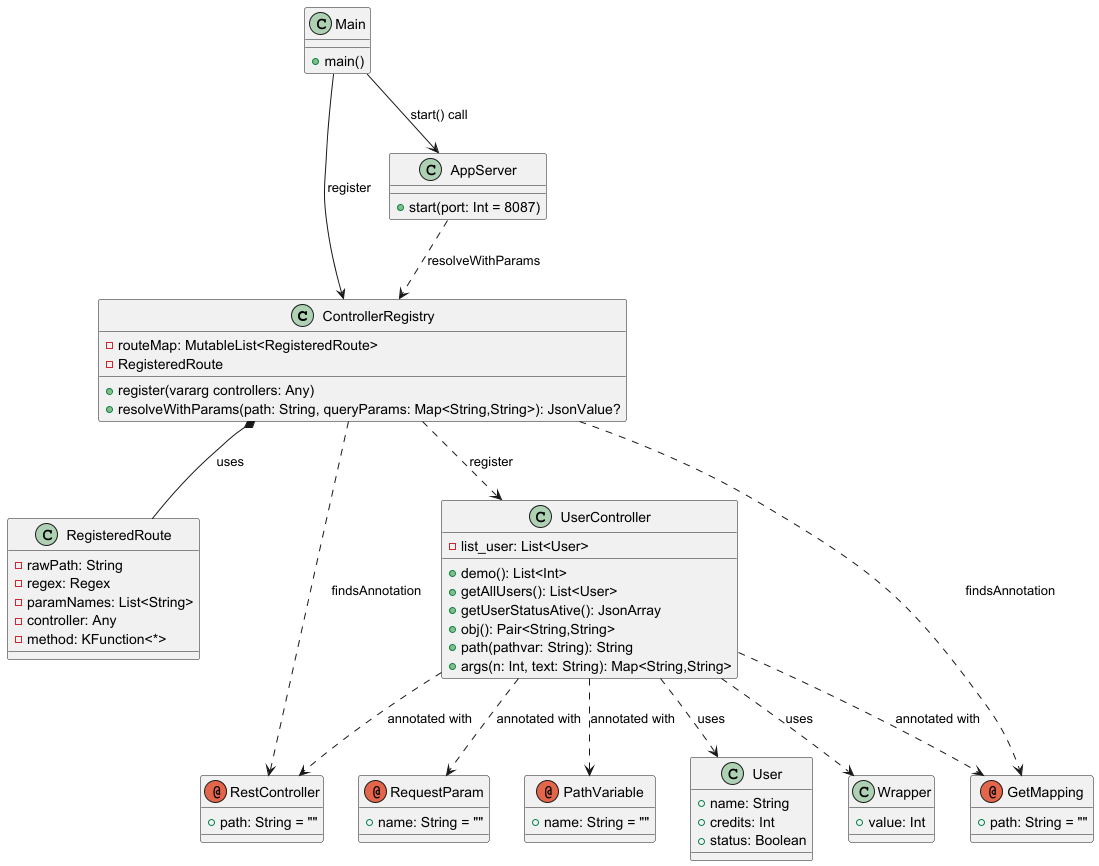
This is diagram_http_get.png from JNSD123/fromJson, a PlantUML export, as it was before one commit.
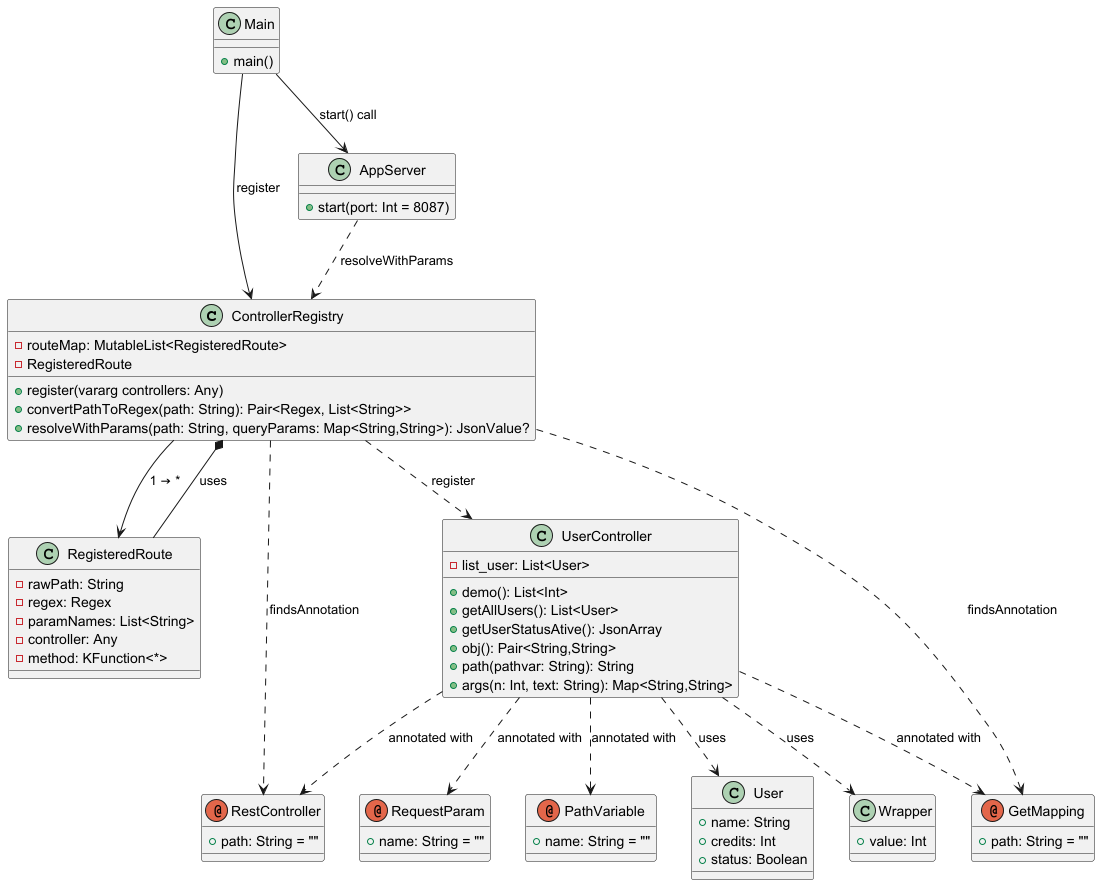
Later version of the same file.

Commit message:
Merge remote-tracking branch 'origin/master' atualização UML ControllerRegistry

Diff of the diagram source:
```diff
@@ -5,6 +5,7 @@
     - routeMap: MutableList<RegisteredRoute>
     - RegisteredRoute
     + register(vararg controllers: Any)
+    + convertPathToRegex(path: String): Pair<Regex, List<String>>
     + resolveWithParams(path: String, queryParams: Map<String,String>): JsonValue?
 }
 
@@ -64,11 +65,12 @@
 
 
 ControllerRegistry ..> UserController : register
-UserController ..> User : uses
-UserController ..> Wrapper : uses
+UserController ..>  User : uses
+UserController ..>  Wrapper : uses
 
 ControllerRegistry ..> RestController : findsAnnotation
 ControllerRegistry ..> GetMapping : findsAnnotation
+ControllerRegistry --> RegisteredRoute : 1 → *
 UserController ..> RestController : annotated with
 UserController ..> GetMapping : annotated with
 UserController ..> RequestParam : annotated with
```
